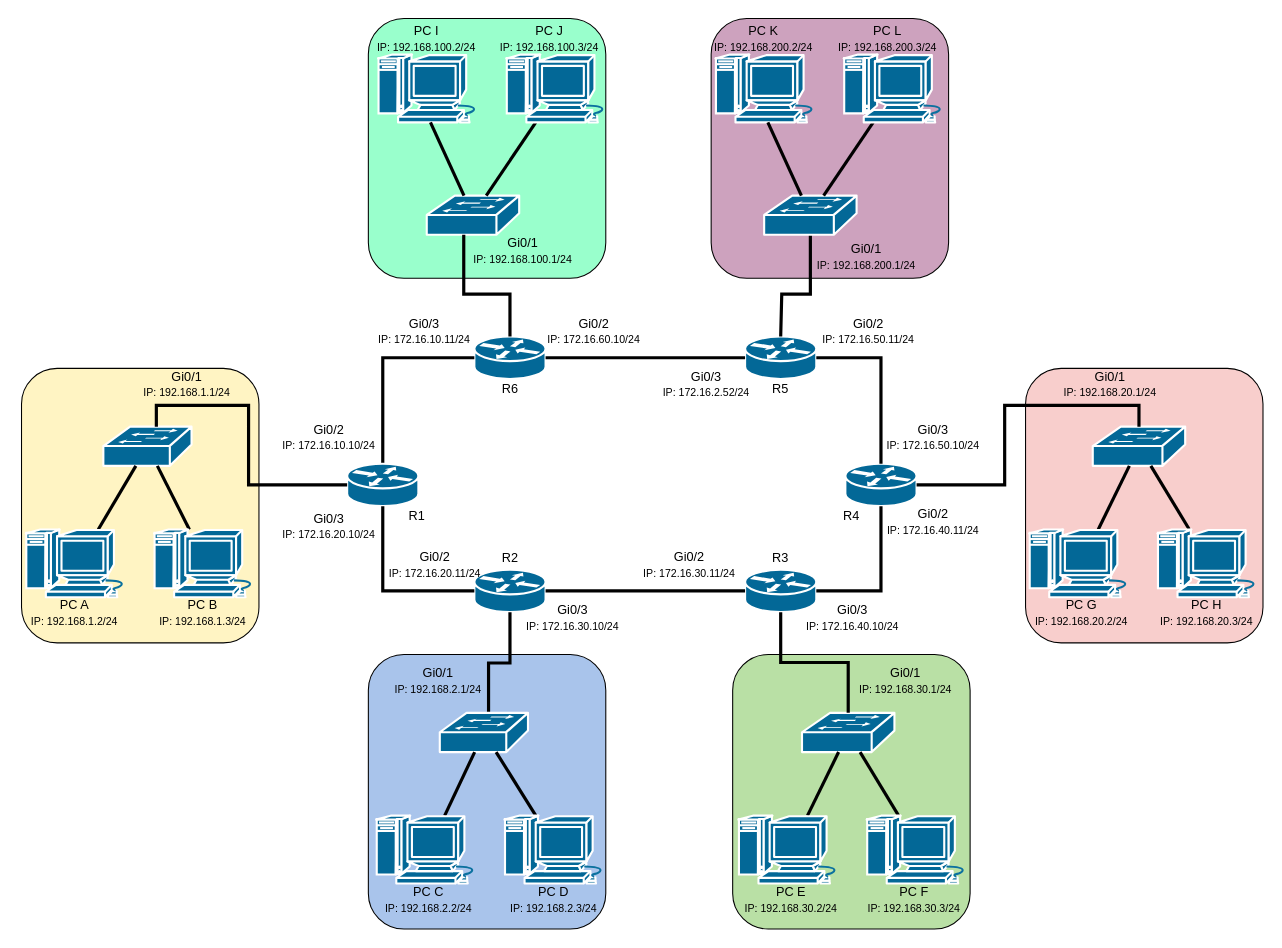
Above: Ubung statische routing.drawio in PLAD26/-MAC-Tabellen-und-Switching- (draw.io), before the change. Source tidied: cells renumbered, new cells numbered last; positions are measured from the earlier drawing's top-left corner, leaving out a move shared by most shapes. Both pictures are drawn from the tidied source at 106%, with x=0, y=0 at pixel (18, 18).
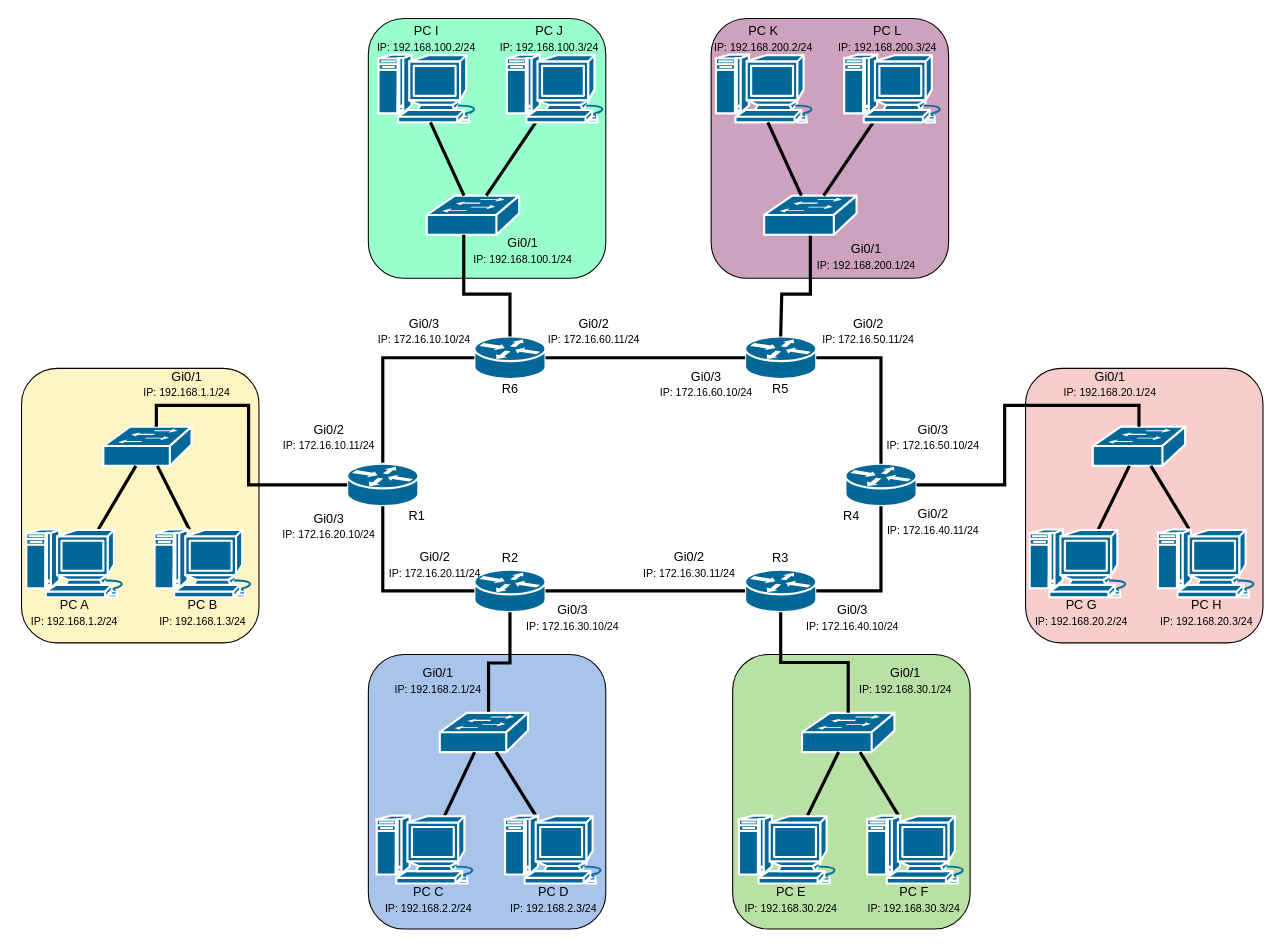
The same diagram, later.

What changed in the source:
```diff
@@
-    <mxCell id="80" value="Gi0/2&lt;br&gt;&lt;div&gt;&lt;font style=&quot;font-size: 10px;&quot;&gt;IP: 172.16.10.10/24&lt;/font&gt;&lt;/div&gt;" style="text;html=1;whiteSpace=wrap;strokeColor=none;fillColor=none;align=center;verticalAlign=middle;rounded=0;" parent="1" vertex="1">
+    <mxCell id="80" value="Gi0/2&lt;br&gt;&lt;div&gt;&lt;font style=&quot;font-size: 10px;&quot;&gt;IP: 172.16.10.11/24&lt;/font&gt;&lt;/div&gt;" style="text;html=1;whiteSpace=wrap;strokeColor=none;fillColor=none;align=center;verticalAlign=middle;rounded=0;" parent="1" vertex="1">
       <mxGeometry x="240" y="380" width="105.8" height="30" as="geometry" />
     </mxCell>
-    <mxCell id="81" value="Gi0/3&lt;br&gt;&lt;div&gt;&lt;span style=&quot;font-size: 10px; background-color: transparent; color: light-dark(rgb(0, 0, 0), rgb(255, 255, 255));&quot;&gt;IP: 172.16.10.11/24&lt;/span&gt;&lt;/div&gt;" style="text;html=1;whiteSpace=wrap;strokeColor=none;fillColor=none;align=center;verticalAlign=middle;rounded=0;" parent="1" vertex="1">
+    <mxCell id="81" value="Gi0/3&lt;br&gt;&lt;div&gt;&lt;span style=&quot;font-size: 10px; background-color: transparent; color: light-dark(rgb(0, 0, 0), rgb(255, 255, 255));&quot;&gt;IP: 172.16.10.10/24&lt;/span&gt;&lt;/div&gt;" style="text;html=1;whiteSpace=wrap;strokeColor=none;fillColor=none;align=center;verticalAlign=middle;rounded=0;" parent="1" vertex="1">
       <mxGeometry x="330" y="280" width="105.8" height="30" as="geometry" />
     </mxCell>
-    <mxCell id="82" value="Gi0/2&lt;br&gt;&lt;div&gt;&lt;span style=&quot;font-size: 10px;&quot;&gt;IP: 172.16.60.10/24&lt;/span&gt;&lt;/div&gt;" style="text;html=1;whiteSpace=wrap;strokeColor=none;fillColor=none;align=center;verticalAlign=middle;rounded=0;" parent="1" vertex="1">
+    <mxCell id="82" value="Gi0/2&lt;br&gt;&lt;div&gt;&lt;span style=&quot;font-size: 10px;&quot;&gt;IP: 172.16.60.11/24&lt;/span&gt;&lt;/div&gt;" style="text;html=1;whiteSpace=wrap;strokeColor=none;fillColor=none;align=center;verticalAlign=middle;rounded=0;" parent="1" vertex="1">
       <mxGeometry x="490" y="280" width="105.8" height="30" as="geometry" />
     </mxCell>
-    <mxCell id="83" value="Gi0/3&lt;br&gt;&lt;div&gt;&lt;span style=&quot;font-size: 10px;&quot;&gt;IP: 172.16.2.52/24&lt;/span&gt;&lt;/div&gt;" style="text;html=1;whiteSpace=wrap;strokeColor=none;fillColor=none;align=center;verticalAlign=middle;rounded=0;" parent="1" vertex="1">
+    <mxCell id="83" value="Gi0/3&lt;br&gt;&lt;div&gt;&lt;span style=&quot;font-size: 10px;&quot;&gt;IP: 172.16.60.10/24&lt;/span&gt;&lt;/div&gt;" style="text;html=1;whiteSpace=wrap;strokeColor=none;fillColor=none;align=center;verticalAlign=middle;rounded=0;" parent="1" vertex="1">
       <mxGeometry x="595.8" y="330" width="105.8" height="30" as="geometry" />
     </mxCell>
```
